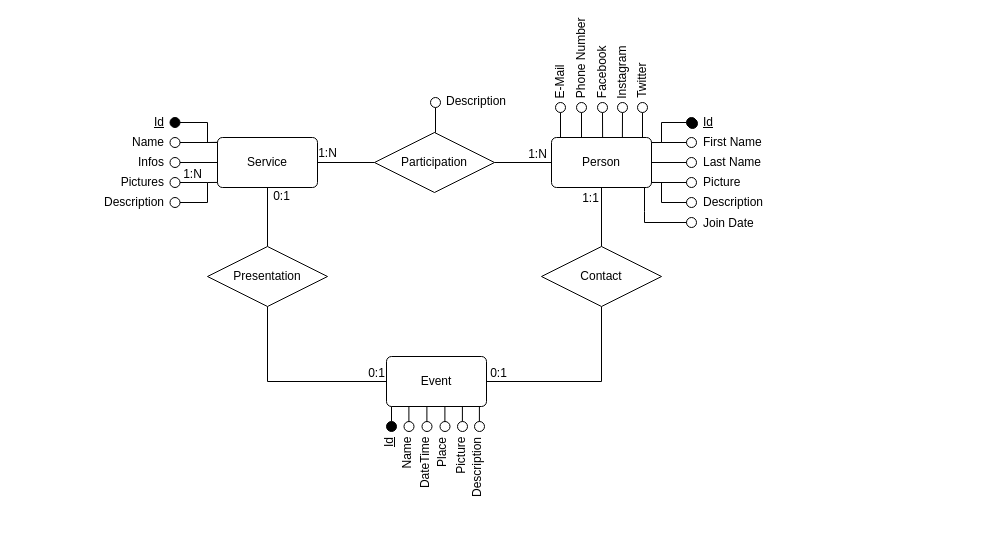
Before: DesignDocument/diagrams/ER.drawio in Alenichel/CodiglioniDellOglioNichelini-HypermediaProject, a draw.io diagram. Source tidied: cells renumbered, new cells numbered last; positions are measured from the earlier drawing's top-left corner, leaving out a move shared by most shapes. Both pictures are drawn from the tidied source at 100%, with x=0, y=0 at pixel (17, 53).
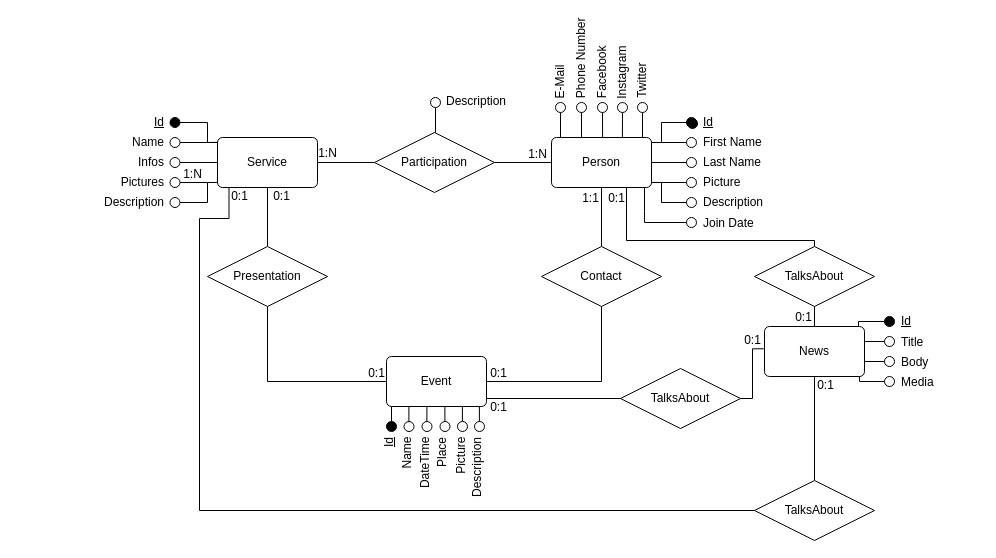
Above is the later version.

Unchanged cells that the change refers to:
```xml
<mxCell id="4" style="group;" parent="3" vertex="1">
  <mxGeometry width="230" height="100" as="geometry" />
</mxCell>
<mxCell id="5" value="Person" style="rounded=1;arcSize=10;whiteSpace=wrap;html=1;align=center;" parent="4" vertex="1">
  <mxGeometry y="25" width="100" height="50" as="geometry" />
</mxCell>
<mxCell id="53" value="Service" style="rounded=1;arcSize=10;whiteSpace=wrap;html=1;align=center;" parent="1" vertex="1">
  <mxGeometry x="200" y="84" width="100" height="50" as="geometry" />
</mxCell>
<mxCell id="81" value="Event" style="rounded=1;arcSize=10;whiteSpace=wrap;html=1;align=center;" parent="1" vertex="1">
  <mxGeometry x="369" y="303" width="100" height="50" as="geometry" />
</mxCell>
```

The edit, as a diff of the source:
```diff
@@
+    <mxCell id="118" value="0:1" style="text;html=1;align=center;verticalAlign=middle;labelBackgroundColor=#ffffff;" parent="4" vertex="1">
+      <mxGeometry x="76" y="95" as="geometry">
+        <mxPoint x="-12" y="-9.8" as="offset" />
+      </mxGeometry>
+    </mxCell>
     <mxCell id="30" style="group;" parent="1" vertex="1">
-      <mxGeometry y="59" width="230" height="100" as="geometry" />
+      <mxGeometry y="59" width="233" height="100" as="geometry" />
     </mxCell>
     <mxCell id="31" style="group;" parent="30" vertex="1">
-      <mxGeometry width="230" height="100" as="geometry" />
+      <mxGeometry width="233" height="100" as="geometry" />
     </mxCell>
     <mxCell id="32" style="group;" parent="31" vertex="1">
-      <mxGeometry width="230" height="100" as="geometry" />
+      <mxGeometry width="233" height="100" as="geometry" />
     </mxCell>
@@
+    <mxCell id="119" value="0:1" style="text;html=1;align=center;verticalAlign=middle;labelBackgroundColor=#ffffff;" parent="32" vertex="1">
+      <mxGeometry x="233" y="93" as="geometry">
+        <mxPoint x="-12" y="-9.8" as="offset" />
+      </mxGeometry>
+    </mxCell>
@@
+    <mxCell id="120" value="News" style="rounded=1;arcSize=10;whiteSpace=wrap;html=1;align=center;" parent="1" vertex="1">
+      <mxGeometry x="747" y="273" width="100" height="50" as="geometry" />
+    </mxCell>
+    <mxCell id="121" style="group;" parent="1" vertex="1">
+      <mxGeometry x="832" y="258" width="130" height="100" as="geometry" />
+    </mxCell>
+    <mxCell id="122" style="group;" parent="121" vertex="1">
+      <mxGeometry x="35" width="95" height="100" as="geometry" />
+    </mxCell>
+    <mxCell id="123" style="group;" parent="122" vertex="1">
+      <mxGeometry y="40" width="85" height="20" as="geometry" />
+    </mxCell>
+    <mxCell id="124" style="ellipse;whiteSpace=wrap;html=1;" parent="123" vertex="1">
+      <mxGeometry y="5" width="10" height="10" as="geometry" />
+    </mxCell>
+    <mxCell id="125" value="Body" style="text;html=1;align=left;verticalAlign=middle;" parent="123" vertex="1">
+      <mxGeometry x="15" y="1" width="38" height="19" as="geometry" />
+    </mxCell>
+    <mxCell id="126" style="group;" parent="122" vertex="1">
+      <mxGeometry y="60" width="85" height="20" as="geometry" />
+    </mxCell>
+    <mxCell id="127" style="ellipse;whiteSpace=wrap;html=1;" parent="126" vertex="1">
+      <mxGeometry y="5" width="10" height="10" as="geometry" />
+    </mxCell>
+    <mxCell id="128" value="Media" style="text;html=1;align=left;verticalAlign=middle;" parent="126" vertex="1">
+      <mxGeometry x="15" y="1" width="44" height="19" as="geometry" />
+    </mxCell>
+    <mxCell id="129" style="group;" parent="122" vertex="1">
+      <mxGeometry width="84" height="40" as="geometry" />
+    </mxCell>
+    <mxCell id="130" style="group;" parent="129" vertex="1">
+      <mxGeometry width="45" height="20" as="geometry" />
+    </mxCell>
+    <mxCell id="131" value="&lt;u&gt;Id&lt;/u&gt;" style="text;html=1;align=left;verticalAlign=middle;" parent="130" vertex="1">
+      <mxGeometry x="15" width="30" height="20" as="geometry" />
+    </mxCell>
+    <mxCell id="132" style="ellipse;whiteSpace=wrap;html=1;fillColor=#000000;" parent="130" vertex="1">
+      <mxGeometry y="5" width="10" height="10" as="geometry" />
+    </mxCell>
+    <mxCell id="133" style="group;" parent="129" vertex="1">
+      <mxGeometry y="20" width="84" height="20" as="geometry" />
+    </mxCell>
+    <mxCell id="134" style="ellipse;whiteSpace=wrap;html=1;" parent="133" vertex="1">
+      <mxGeometry y="5" width="10" height="10" as="geometry" />
+    </mxCell>
+    <mxCell id="135" value="Title" style="text;html=1;align=left;verticalAlign=middle;" parent="133" vertex="1">
+      <mxGeometry x="15" y="1" width="33" height="19" as="geometry" />
+    </mxCell>
+    <mxCell id="136" style="edgeStyle=orthogonalEdgeStyle;rounded=0;jettySize=auto;html=1;exitX=0;exitY=0.5;exitDx=0;exitDy=0;endArrow=none;endFill=0;" parent="1" edge="1" source="134" target="120">
+      <mxGeometry relative="1" as="geometry" />
+    </mxCell>
+    <mxCell id="137" style="edgeStyle=orthogonalEdgeStyle;rounded=0;jettySize=auto;html=1;exitX=0;exitY=0.5;exitDx=0;exitDy=0;endArrow=none;endFill=0;" parent="1" edge="1" source="124" target="120">
+      <mxGeometry relative="1" as="geometry" />
+    </mxCell>
+    <mxCell id="138" style="edgeStyle=orthogonalEdgeStyle;rounded=0;jettySize=auto;html=1;exitX=0;exitY=0.5;exitDx=0;exitDy=0;entryX=0.95;entryY=1;entryDx=0;entryDy=0;entryPerimeter=0;endArrow=none;endFill=0;" parent="1" edge="1" source="127" target="120">
+      <mxGeometry relative="1" as="geometry" />
+    </mxCell>
+    <mxCell id="139" style="edgeStyle=orthogonalEdgeStyle;rounded=0;jettySize=auto;html=1;exitX=0;exitY=0.5;exitDx=0;exitDy=0;endArrow=none;endFill=0;" parent="1" edge="1" source="132">
+      <mxGeometry relative="1" as="geometry">
+        <mxPoint x="841" y="273" as="targetPoint" />
+      </mxGeometry>
+    </mxCell>
+    <mxCell id="140" style="edgeStyle=orthogonalEdgeStyle;rounded=0;jettySize=auto;html=1;exitX=0.5;exitY=1;exitDx=0;exitDy=0;entryX=0.5;entryY=0;entryDx=0;entryDy=0;endArrow=none;endFill=0;" parent="1" edge="1" source="142" target="120">
+      <mxGeometry relative="1" as="geometry" />
+    </mxCell>
+    <mxCell id="141" style="edgeStyle=orthogonalEdgeStyle;rounded=0;jettySize=auto;html=1;exitX=0.5;exitY=0;exitDx=0;exitDy=0;entryX=0.75;entryY=1;entryDx=0;entryDy=0;endArrow=none;endFill=0;" parent="1" edge="1" source="142" target="5">
+      <mxGeometry relative="1" as="geometry">
+        <Array as="points">
+          <mxPoint x="797" y="187" />
+          <mxPoint x="609" y="187" />
+        </Array>
+      </mxGeometry>
+    </mxCell>
+    <mxCell id="142" value="TalksAbout" style="shape=rhombus;perimeter=rhombusPerimeter;whiteSpace=wrap;html=1;align=center;" parent="1" vertex="1">
+      <mxGeometry x="737" y="193" width="120" height="60" as="geometry" />
+    </mxCell>
+    <mxCell id="143" value="0:1" style="text;html=1;align=center;verticalAlign=middle;labelBackgroundColor=#ffffff;" parent="1" vertex="1">
+      <mxGeometry x="797" y="273" as="geometry">
+        <mxPoint x="-12" y="-9.8" as="offset" />
+      </mxGeometry>
+    </mxCell>
+    <mxCell id="144" style="edgeStyle=orthogonalEdgeStyle;rounded=0;jettySize=auto;html=1;exitX=1;exitY=0.5;exitDx=0;exitDy=0;entryX=-0.007;entryY=0.445;entryDx=0;entryDy=0;entryPerimeter=0;endArrow=none;endFill=0;" parent="1" edge="1" source="146" target="120">
+      <mxGeometry relative="1" as="geometry">
+        <Array as="points">
+          <mxPoint x="735" y="345" />
+          <mxPoint x="735" y="295" />
+        </Array>
+      </mxGeometry>
+    </mxCell>
+    <mxCell id="145" style="edgeStyle=orthogonalEdgeStyle;rounded=0;jettySize=auto;html=1;exitX=0;exitY=0.5;exitDx=0;exitDy=0;entryX=0.998;entryY=0.84;entryDx=0;entryDy=0;entryPerimeter=0;endArrow=none;endFill=0;" parent="1" edge="1" source="146" target="81">
+      <mxGeometry relative="1" as="geometry" />
+    </mxCell>
+    <mxCell id="146" value="TalksAbout" style="shape=rhombus;perimeter=rhombusPerimeter;whiteSpace=wrap;html=1;align=center;" parent="1" vertex="1">
+      <mxGeometry x="603" y="315" width="120" height="60" as="geometry" />
+    </mxCell>
+    <mxCell id="147" value="0:1" style="text;html=1;align=center;verticalAlign=middle;labelBackgroundColor=#ffffff;" parent="1" vertex="1">
+      <mxGeometry x="746" y="296" as="geometry">
+        <mxPoint x="-12" y="-9.8" as="offset" />
+      </mxGeometry>
+    </mxCell>
+    <mxCell id="148" value="0:1" style="text;html=1;align=center;verticalAlign=middle;labelBackgroundColor=#ffffff;" parent="1" vertex="1">
+      <mxGeometry x="492" y="363" as="geometry">
+        <mxPoint x="-12" y="-9.8" as="offset" />
+      </mxGeometry>
+    </mxCell>
+    <mxCell id="149" style="edgeStyle=orthogonalEdgeStyle;rounded=0;jettySize=auto;html=1;exitX=0.5;exitY=0;exitDx=0;exitDy=0;entryX=0.5;entryY=1;entryDx=0;entryDy=0;endArrow=none;endFill=0;" parent="1" edge="1" source="151" target="120">
+      <mxGeometry relative="1" as="geometry" />
+    </mxCell>
+    <mxCell id="150" style="edgeStyle=orthogonalEdgeStyle;rounded=0;jettySize=auto;html=1;exitX=0;exitY=0.5;exitDx=0;exitDy=0;entryX=0.115;entryY=1.01;entryDx=0;entryDy=0;entryPerimeter=0;endArrow=none;endFill=0;" parent="1" edge="1" source="151" target="53">
+      <mxGeometry relative="1" as="geometry">
+        <Array as="points">
+          <mxPoint x="182" y="457" />
+          <mxPoint x="182" y="165" />
+          <mxPoint x="212" y="165" />
+        </Array>
+      </mxGeometry>
+    </mxCell>
+    <mxCell id="151" value="TalksAbout" style="shape=rhombus;perimeter=rhombusPerimeter;whiteSpace=wrap;html=1;align=center;" parent="1" vertex="1">
+      <mxGeometry x="737" y="427" width="120" height="60" as="geometry" />
+    </mxCell>
+    <mxCell id="152" value="0:1" style="text;html=1;align=center;verticalAlign=middle;labelBackgroundColor=#ffffff;" parent="1" vertex="1">
+      <mxGeometry x="819" y="341" as="geometry">
+        <mxPoint x="-12" y="-9.8" as="offset" />
+      </mxGeometry>
+    </mxCell>
```
